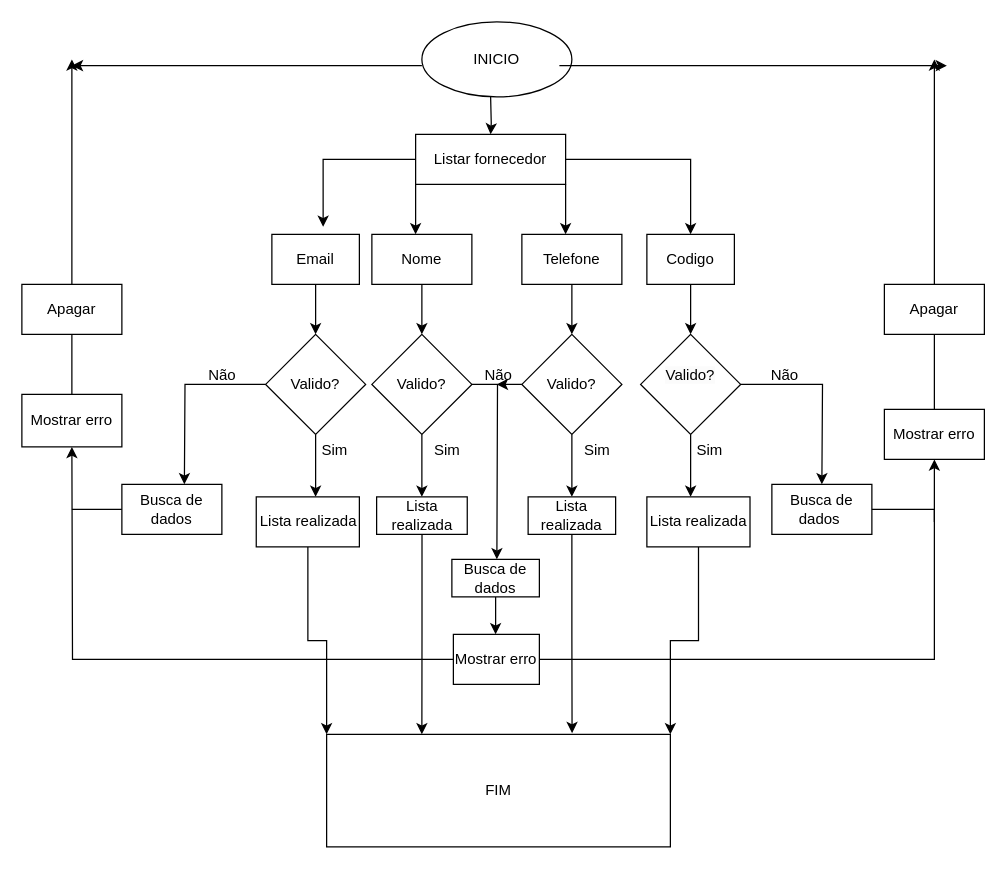
Earlier version of the draw.io diagram page "Página-2" (2 of 7) of DOC/FLUXOGRAMA.DRAWIO (jeangustavoo/diagrama). Source tidied: cells renumbered, new cells numbered last; positions are measured from the earlier drawing's top-left corner, leaving out a move shared by most shapes. Both pictures are drawn from the tidied source at 125%, with x=0, y=0 at pixel (21, 21).
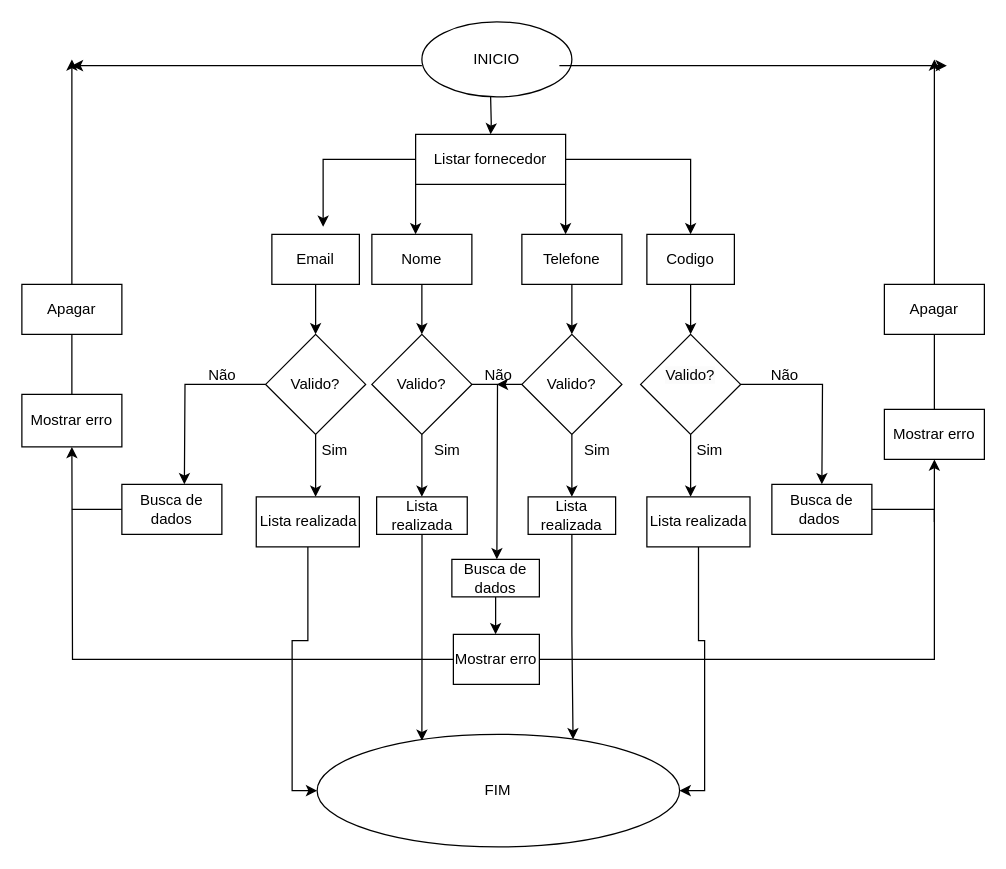
After the change.

The change refers to these unchanged cells:
```xml
<mxCell id="41" value="Lista realizada" style="rounded=0;whiteSpace=wrap;html=1;" parent="1" vertex="1">
  <mxGeometry x="187.5" y="380" width="82.5" height="40" as="geometry" />
</mxCell>
<mxCell id="44" value="Lista realizada" style="rounded=0;whiteSpace=wrap;html=1;" parent="1" vertex="1">
  <mxGeometry x="500" y="380" width="82.5" height="40" as="geometry" />
</mxCell>
<mxCell id="46" value="Lista realizada" style="rounded=0;whiteSpace=wrap;html=1;" parent="1" vertex="1">
  <mxGeometry x="405" y="380" width="70" height="30" as="geometry" />
</mxCell>
<mxCell id="48" value="Lista realizada" style="rounded=0;whiteSpace=wrap;html=1;" parent="1" vertex="1">
  <mxGeometry x="283.8" y="380" width="72.5" height="30" as="geometry" />
</mxCell>
```

The edit, as a diff of the source:
```diff
@@
-    <mxCell id="40" style="edgeStyle=orthogonalEdgeStyle;rounded=0;jettySize=auto;html=1;entryX=0;entryY=0;entryDx=0;entryDy=0;" parent="1" edge="1" source="41" target="61">
+    <mxCell id="40" style="edgeStyle=orthogonalEdgeStyle;rounded=0;jettySize=auto;html=1;entryX=0;entryY=0.5;entryDx=0;entryDy=0;" parent="1" edge="1" source="41" target="61">
       <mxGeometry relative="1" as="geometry" />
     </mxCell>
@@
-    <mxCell id="43" style="edgeStyle=orthogonalEdgeStyle;rounded=0;jettySize=auto;html=1;entryX=1;entryY=0;entryDx=0;entryDy=0;" parent="1" edge="1" source="44" target="61">
+    <mxCell id="43" style="edgeStyle=orthogonalEdgeStyle;rounded=0;jettySize=auto;html=1;entryX=1;entryY=0.5;entryDx=0;entryDy=0;" parent="1" edge="1" source="44" target="61">
       <mxGeometry relative="1" as="geometry" />
     </mxCell>
@@
-    <mxCell id="45" style="edgeStyle=orthogonalEdgeStyle;rounded=0;jettySize=auto;html=1;entryX=0.714;entryY=-0.011;entryDx=0;entryDy=0;entryPerimeter=0;" parent="1" edge="1" source="46" target="61">
+    <mxCell id="45" style="edgeStyle=orthogonalEdgeStyle;rounded=0;jettySize=auto;html=1;entryX=0.706;entryY=0.044;entryDx=0;entryDy=0;entryPerimeter=0;" parent="1" edge="1" source="46" target="61">
       <mxGeometry relative="1" as="geometry" />
     </mxCell>
@@
-    <mxCell id="47" style="edgeStyle=orthogonalEdgeStyle;rounded=0;jettySize=auto;html=1;" parent="1" edge="1" source="48">
-      <mxGeometry relative="1" as="geometry">
-        <mxPoint x="320" y="570" as="targetPoint" />
-      </mxGeometry>
+    <mxCell id="47" style="edgeStyle=orthogonalEdgeStyle;rounded=0;jettySize=auto;html=1;entryX=0.289;entryY=0.056;entryDx=0;entryDy=0;entryPerimeter=0;" parent="1" edge="1" source="48" target="61">
+      <mxGeometry relative="1" as="geometry" />
     </mxCell>
@@
-    <mxCell id="61" value="FIM" style="rounded=0;whiteSpace=wrap;html=1;" parent="1" vertex="1">
-      <mxGeometry x="243.8" y="570" width="275" height="90" as="geometry" />
-    </mxCell>
@@
+    <mxCell id="61" value="FIM" style="ellipse;whiteSpace=wrap;html=1;" parent="1" vertex="1">
+      <mxGeometry x="236.2" y="570" width="290" height="90" as="geometry" />
+    </mxCell>
```
